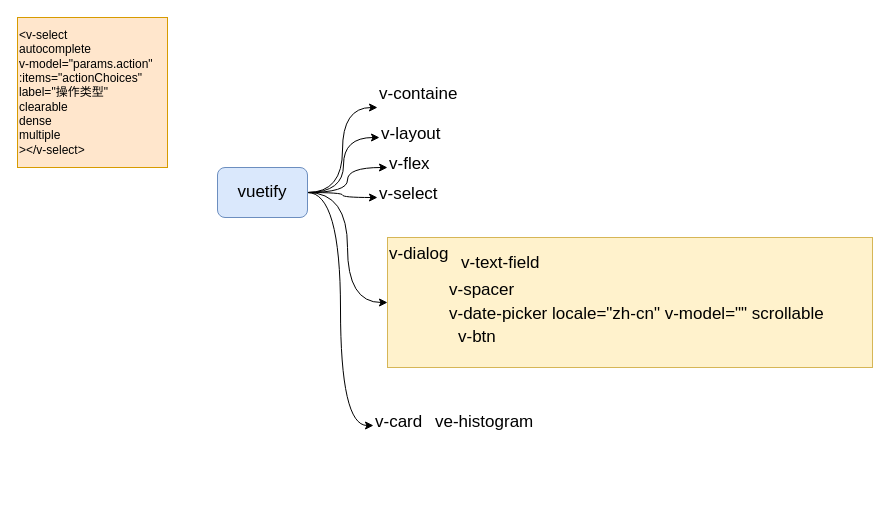
Earlier version of the draw.io diagram page "第 1 页" (1 of 2) of assets/drawio/vue.drawio (atanx/atanx.github.io). Source tidied: cells renumbered, new cells numbered last; positions are measured from the earlier drawing's top-left corner, leaving out a move shared by most shapes. Both pictures are drawn from the tidied source at 100%, with x=0, y=0 at pixel (17, 17).
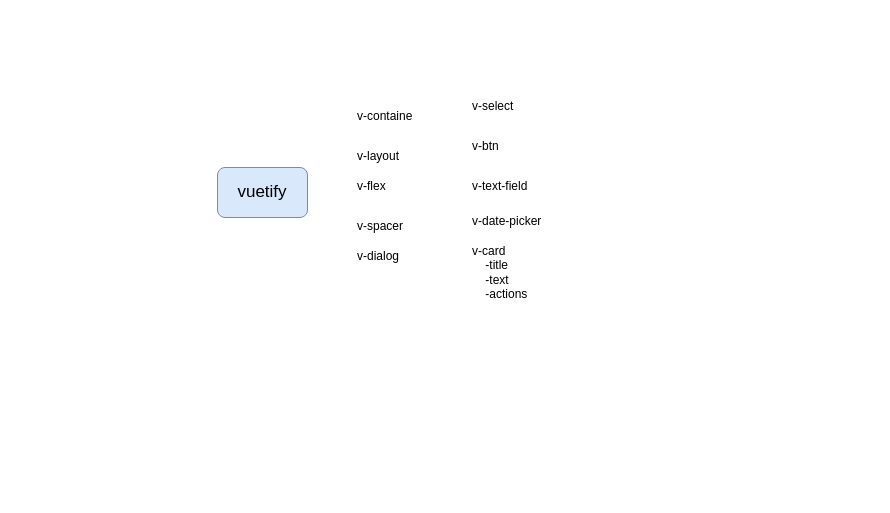
The same diagram, later.

The change refers to these unchanged cells:
```xml
<mxCell id="9" value="&lt;div style=&quot;text-align: center; font-size: 17px;&quot;&gt;&lt;span style=&quot;font-size: 17px;&quot;&gt;vuetify&lt;/span&gt;&lt;/div&gt;" style="rounded=1;whiteSpace=wrap;html=1;align=center;fontSize=17;fillColor=#dae8fc;strokeColor=#6c8ebf;" parent="1" vertex="1">
  <mxGeometry x="200" y="150" width="90" height="50" as="geometry" />
</mxCell>
```

What changed in the source:
```diff
@@
-    <mxCell id="2" value="&lt;div&gt;&lt;div&gt;&lt;span&gt;&amp;lt;&lt;/span&gt;&lt;span&gt;v-select&lt;/span&gt;&lt;/div&gt;&lt;div&gt;&lt;span&gt;autocomplete&lt;/span&gt;&lt;/div&gt;&lt;div&gt;&lt;span&gt;v-model&lt;/span&gt;=&quot;&lt;span&gt;params&lt;/span&gt;.&lt;span&gt;action&lt;/span&gt;&quot;&lt;/div&gt;&lt;div&gt;              :&lt;span&gt;items&lt;/span&gt;=&quot;&lt;span&gt;actionChoices&lt;/span&gt;&quot;&lt;/div&gt;&lt;div&gt;&lt;span&gt;label&lt;/span&gt;=&lt;span&gt;&quot;操作类型&quot;&lt;/span&gt;&lt;/div&gt;&lt;div&gt;&lt;span&gt;clearable&lt;/span&gt;&lt;/div&gt;&lt;div&gt;&lt;span&gt;dense&lt;/span&gt;&lt;/div&gt;&lt;div&gt;&lt;span&gt;multiple&lt;/span&gt;&lt;/div&gt;&lt;div&gt;&lt;span&gt;&amp;gt;&amp;lt;/&lt;/span&gt;&lt;span&gt;v-select&lt;/span&gt;&lt;span&gt;&amp;gt;&amp;nbsp;&lt;/span&gt;&lt;/div&gt;&lt;/div&gt;" style="text;html=1;strokeColor=#d79b00;fillColor=#ffe6cc;align=left;verticalAlign=middle;whiteSpace=wrap;rounded=0;" parent="1" vertex="1">
-      <mxGeometry width="150" height="150" as="geometry" />
-    </mxCell>
-    <mxCell id="3" style="edgeStyle=orthogonalEdgeStyle;rounded=0;jettySize=auto;html=1;exitX=1;exitY=0.5;exitDx=0;exitDy=0;entryX=0;entryY=0.75;entryDx=0;entryDy=0;fontSize=17;curved=1;" parent="1" edge="1" source="9" target="10">
-      <mxGeometry relative="1" as="geometry" />
-    </mxCell>
-    <mxCell id="4" style="edgeStyle=orthogonalEdgeStyle;curved=1;rounded=0;jettySize=auto;html=1;exitX=1;exitY=0.5;exitDx=0;exitDy=0;entryX=0;entryY=0.5;entryDx=0;entryDy=0;fontSize=17;" parent="1" edge="1" source="9" target="11">
-      <mxGeometry relative="1" as="geometry" />
-    </mxCell>
-    <mxCell id="5" style="edgeStyle=orthogonalEdgeStyle;curved=1;rounded=0;jettySize=auto;html=1;exitX=1;exitY=0.5;exitDx=0;exitDy=0;entryX=0;entryY=0.5;entryDx=0;entryDy=0;fontSize=17;" parent="1" edge="1" source="9" target="12">
-      <mxGeometry relative="1" as="geometry" />
-    </mxCell>
-    <mxCell id="6" style="edgeStyle=orthogonalEdgeStyle;curved=1;rounded=0;jettySize=auto;html=1;exitX=1;exitY=0.5;exitDx=0;exitDy=0;entryX=0;entryY=0.5;entryDx=0;entryDy=0;fontSize=17;" parent="1" edge="1" source="9" target="13">
-      <mxGeometry relative="1" as="geometry" />
-    </mxCell>
-    <mxCell id="7" style="edgeStyle=orthogonalEdgeStyle;curved=1;rounded=0;jettySize=auto;html=1;exitX=1;exitY=0.5;exitDx=0;exitDy=0;entryX=0;entryY=0.5;entryDx=0;entryDy=0;fontSize=17;" parent="1" edge="1" source="9" target="15">
-      <mxGeometry relative="1" as="geometry" />
-    </mxCell>
-    <mxCell id="8" style="edgeStyle=orthogonalEdgeStyle;curved=1;rounded=0;jettySize=auto;html=1;exitX=1;exitY=0.5;exitDx=0;exitDy=0;entryX=0;entryY=0.25;entryDx=0;entryDy=0;fontSize=17;" parent="1" edge="1" source="9" target="21">
-      <mxGeometry relative="1" as="geometry" />
-    </mxCell>
@@
-    <mxCell id="10" value="v-containe" style="text;html=1;fontSize=17;" parent="1" vertex="1">
-      <mxGeometry x="360" y="60" width="100" height="40" as="geometry" />
+    <mxCell id="10" value="v-containe" style="text;html=1;fontSize=12;" parent="1" vertex="1">
+      <mxGeometry x="338" y="85" width="60" height="30" as="geometry" />
     </mxCell>
-    <mxCell id="11" value="v-layout" style="text;html=1;fontSize=17;" parent="1" vertex="1">
-      <mxGeometry x="362" y="100" width="90" height="40" as="geometry" />
+    <mxCell id="11" value="v-layout" style="text;html=1;fontSize=12;" parent="1" vertex="1">
+      <mxGeometry x="338" y="125" width="58" height="30" as="geometry" />
     </mxCell>
-    <mxCell id="12" value="v-flex" style="text;html=1;fontSize=17;" parent="1" vertex="1">
-      <mxGeometry x="370" y="130" width="70" height="40" as="geometry" />
+    <mxCell id="12" value="v-flex" style="text;html=1;fontSize=12;" parent="1" vertex="1">
+      <mxGeometry x="338" y="155" width="40" height="30" as="geometry" />
     </mxCell>
-    <mxCell id="13" value="v-select" style="text;html=1;fontSize=17;" parent="1" vertex="1">
-      <mxGeometry x="360" y="160" width="80" height="40" as="geometry" />
+    <mxCell id="13" value="v-select" style="text;html=1;fontSize=12;" parent="1" vertex="1">
+      <mxGeometry x="452.5" y="75" width="80" height="40" as="geometry" />
     </mxCell>
-    <mxCell id="14" style="group;" parent="1" vertex="1">
-      <mxGeometry x="370" y="220" width="485" height="130" as="geometry" />
-    </mxCell>
+    <mxCell id="20" style="group;" parent="1" vertex="1">
+      <mxGeometry x="260" y="399" width="192" height="80" as="geometry" />
+    </mxCell>
+    <mxCell id="23" value="v-card&amp;nbsp; &amp;nbsp; &lt;br style=&quot;font-size: 12px&quot;&gt;&amp;nbsp; &amp;nbsp; -title&lt;br style=&quot;font-size: 12px&quot;&gt;&amp;nbsp; &amp;nbsp; -text&lt;br style=&quot;font-size: 12px&quot;&gt;&amp;nbsp; &amp;nbsp; -actions&lt;br style=&quot;font-size: 12px&quot;&gt;" style="text;html=1;fontSize=12;" parent="1" vertex="1">
+      <mxGeometry x="452.5" y="220" width="100" height="90" as="geometry" />
+    </mxCell>
+    <mxCell id="24" value="v-date-picker" style="text;html=1;fontSize=12;" parent="1" vertex="1">
+      <mxGeometry x="452.5" y="190" width="100" height="30" as="geometry" />
+    </mxCell>
+    <mxCell id="17" value="v-spacer" style="text;html=1;fontSize=12;" parent="1" vertex="1">
+      <mxGeometry x="338" y="195" width="70" height="30" as="geometry" />
+    </mxCell>
+    <mxCell id="16" value="v-text-field" style="text;html=1;fontSize=12;" parent="1" vertex="1">
+      <mxGeometry x="452.5" y="155" width="80" height="30" as="geometry" />
+    </mxCell>
+    <mxCell id="18" value="v-btn" style="text;html=1;fontSize=12;" parent="1" vertex="1">
+      <mxGeometry x="452.5" y="115" width="50" height="30" as="geometry" />
+    </mxCell>
-    <mxCell id="15" value="v-dialog" style="text;html=1;fontSize=17;fillColor=#fff2cc;strokeColor=#d6b656;" parent="14" vertex="1">
-      <mxGeometry width="485" height="130" as="geometry" />
+    <mxCell id="15" value="v-dialog" style="text;html=1;fontSize=12;" parent="1" vertex="1">
+      <mxGeometry x="338" y="225" width="70" height="30" as="geometry" />
     </mxCell>
-    <mxCell id="16" value="v-text-field" style="text;html=1;fontSize=17;" parent="14" vertex="1">
-      <mxGeometry x="71.8" y="9" width="162.1" height="40" as="geometry" />
-    </mxCell>
-    <mxCell id="17" value="v-spacer" style="text;html=1;fontSize=17;" parent="14" vertex="1">
-      <mxGeometry x="60" y="36" width="145.9" height="40" as="geometry" />
-    </mxCell>
-    <mxCell id="18" value="v-btn" style="text;html=1;fontSize=17;" parent="14" vertex="1">
-      <mxGeometry x="68.5" y="82.5" width="97.3" height="40" as="geometry" />
-    </mxCell>
-    <mxCell id="19" value="v-date-picker locale=&quot;zh-cn&quot; v-model=&quot;&quot; scrollable" style="text;html=1;fontSize=17;" parent="14" vertex="1">
-      <mxGeometry x="59.8" y="60" width="293.9" height="40" as="geometry" />
-    </mxCell>
-    <mxCell id="20" style="group;" parent="1" vertex="1">
-      <mxGeometry x="344" y="359" width="192" height="80" as="geometry" />
-    </mxCell>
-    <mxCell id="21" value="v-card" style="text;html=1;fontSize=17;" parent="20" vertex="1">
-      <mxGeometry x="12" y="29" width="192" height="80" as="geometry" />
-    </mxCell>
-    <mxCell id="22" value="ve-histogram" style="text;html=1;fontSize=17;" parent="20" vertex="1">
-      <mxGeometry x="72" y="29" width="120" height="40" as="geometry" />
-    </mxCell>
```
